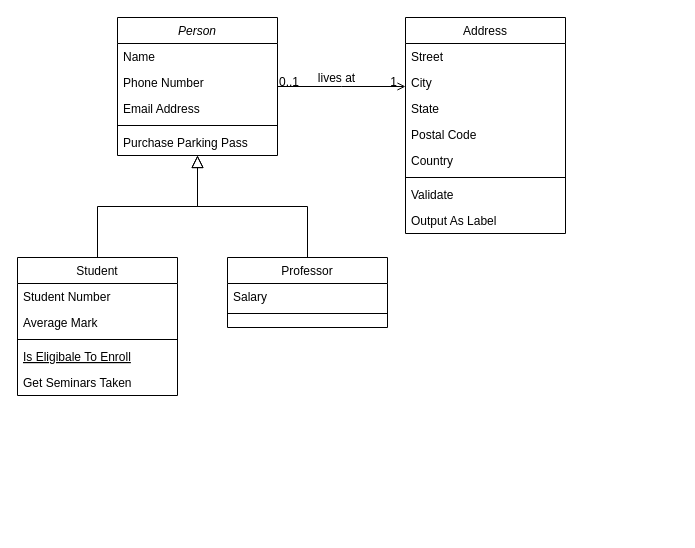
Above: Untitled Diagram.drawio in UEAHealthTracker/HealthTracker (draw.io), before the change. Source tidied: cells renumbered, new cells numbered last; positions are measured from the earlier drawing's top-left corner, leaving out a move shared by most shapes. Both pictures are drawn from the tidied source at 100%, with x=0, y=0 at pixel (17, 17).
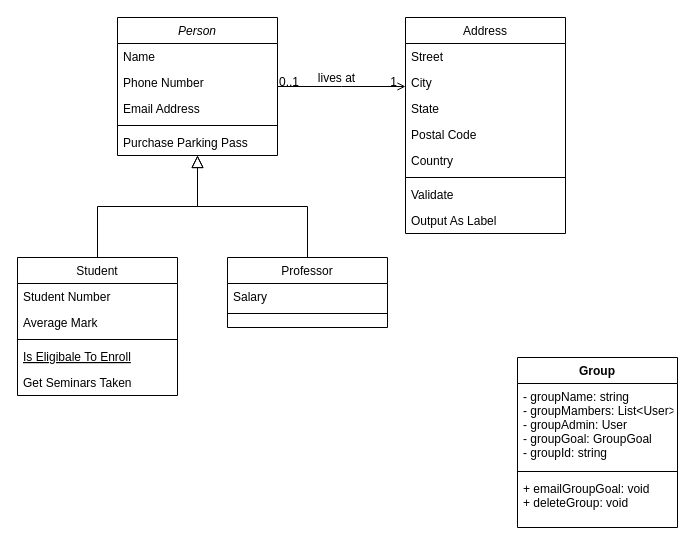
The same diagram, later.

Commit message:
Added Group Class

Diff of the diagram source:
```diff
@@
+    <mxCell id="32" value="Group" style="swimlane;fontStyle=1;align=center;verticalAlign=top;horizontal=1;startSize=26;" parent="1" vertex="1">
+      <mxGeometry x="500" y="340" width="160" height="170" as="geometry" />
+    </mxCell>
+    <mxCell id="33" value="- groupName: string&#10;- groupMambers: List&lt;User&gt;&#10;- groupAdmin: User&#10;- groupGoal: GroupGoal&#10;- groupId: string" style="text;strokeColor=none;fillColor=none;align=left;verticalAlign=top;spacingLeft=4;spacingRight=4;overflow=hidden;" parent="32" vertex="1">
+      <mxGeometry y="26" width="160" height="84" as="geometry" />
+    </mxCell>
+    <mxCell id="34" style="line;strokeWidth=1;fillColor=none;align=left;verticalAlign=middle;spacingTop=-1;spacingLeft=3;spacingRight=3;labelPosition=right;" parent="32" vertex="1">
+      <mxGeometry y="110" width="160" height="8" as="geometry" />
+    </mxCell>
+    <mxCell id="35" value="+ emailGroupGoal: void&#10;+ deleteGroup: void" style="text;strokeColor=none;fillColor=none;align=left;verticalAlign=top;spacingLeft=4;spacingRight=4;overflow=hidden;" parent="32" vertex="1">
+      <mxGeometry y="118" width="160" height="52" as="geometry" />
+    </mxCell>
```
